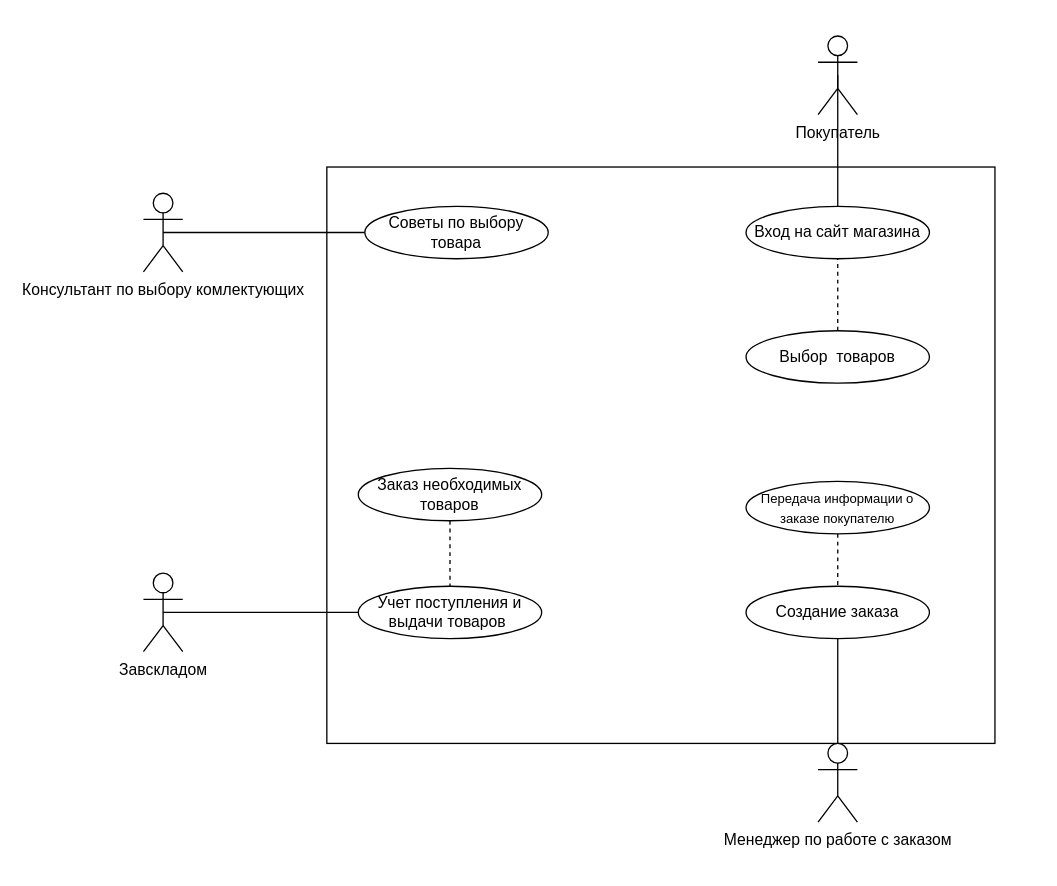
arn1ee/-1 keeps this draw.io diagram as лаб 1.drawio. Above is the earlier version. Source tidied: cells renumbered, new cells numbered last; positions are measured from the earlier drawing's top-left corner, leaving out a move shared by most shapes. Both pictures are drawn from the tidied source at 131%, with x=0, y=0 at pixel (143, 35).
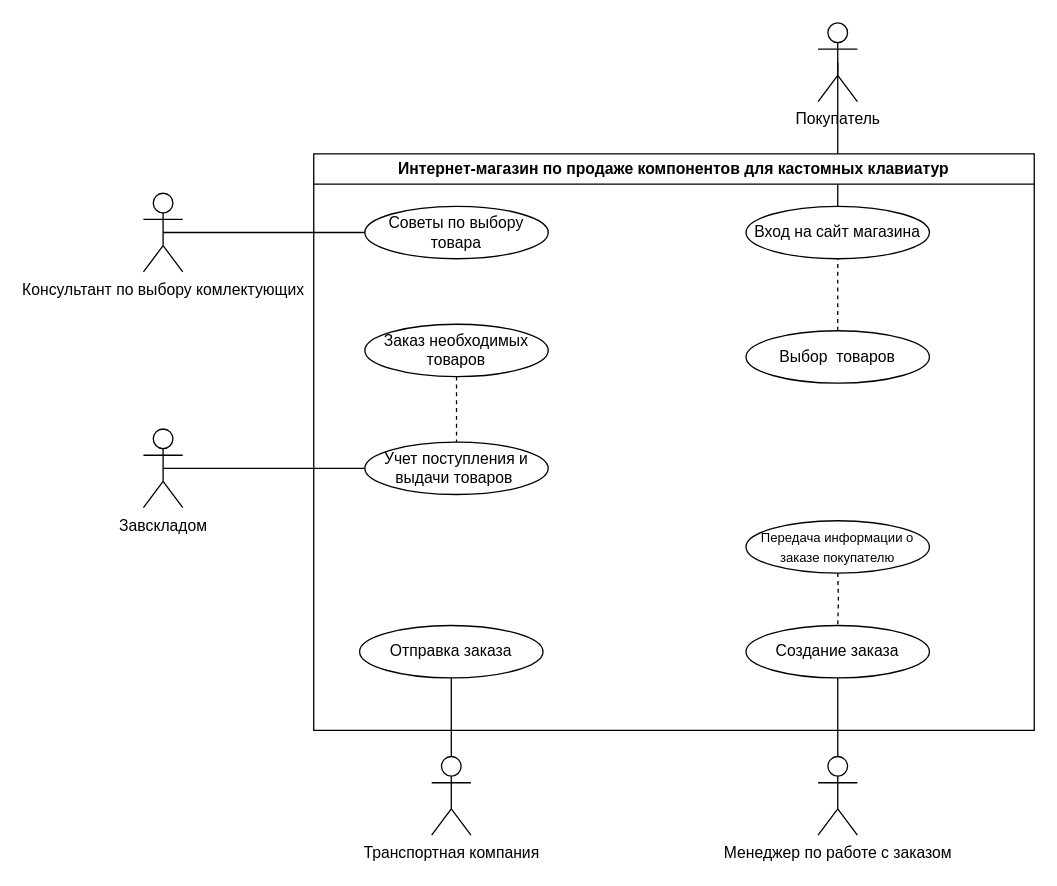
The same diagram, later.

What changed in the source:
```diff
@@
-    <mxCell id="2" style="rounded=0;whiteSpace=wrap;html=1;fillStyle=zigzag-line;fillColor=none;" parent="1" vertex="1">
-      <mxGeometry x="140" y="100" width="510" height="440" as="geometry" />
-    </mxCell>
@@
     <mxCell id="5" value="Покупатель" style="shape=umlActor;verticalLabelPosition=bottom;verticalAlign=top;html=1;" parent="1" vertex="1">
-      <mxGeometry x="515" width="30" height="60" as="geometry" />
+      <mxGeometry x="515" y="-10" width="30" height="60" as="geometry" />
     </mxCell>
@@
     <mxCell id="11" value="Завскладом" style="shape=umlActor;verticalLabelPosition=bottom;verticalAlign=top;html=1;" parent="1" vertex="1">
-      <mxGeometry y="410" width="30" height="60" as="geometry" />
+      <mxGeometry y="300" width="30" height="60" as="geometry" />
     </mxCell>
@@
     <mxCell id="13" value="Учет поступления и выдачи товаров&amp;nbsp;" style="ellipse;whiteSpace=wrap;html=1;" parent="1" vertex="1">
-      <mxGeometry x="164" y="420" width="140" height="40" as="geometry" />
+      <mxGeometry x="169" y="310" width="140" height="40" as="geometry" />
     </mxCell>
     <mxCell id="14" value="Менеджер по работе с заказом" style="shape=umlActor;verticalLabelPosition=bottom;verticalAlign=top;html=1;" parent="1" vertex="1">
-      <mxGeometry x="515" y="540" width="30" height="60" as="geometry" />
+      <mxGeometry x="515" y="550" width="30" height="60" as="geometry" />
     </mxCell>
@@
     <mxCell id="16" value="Создание заказа" style="ellipse;whiteSpace=wrap;html=1;" parent="1" vertex="1">
-      <mxGeometry x="460" y="420" width="140" height="40" as="geometry" />
+      <mxGeometry x="460" y="450" width="140" height="40" as="geometry" />
     </mxCell>
-    <mxCell id="17" style="edgeStyle=orthogonalEdgeStyle;rounded=0;jettySize=auto;html=1;exitX=0.5;exitY=1;exitDx=0;exitDy=0;entryX=0.5;entryY=0;entryDx=0;entryDy=0;fontSize=10;endArrow=none;endFill=0;dashed=1;" parent="1" edge="1" source="18" target="16">
-      <mxGeometry relative="1" as="geometry" />
+    <mxCell id="17" style="edgeStyle=orthogonalEdgeStyle;rounded=0;jettySize=auto;html=1;exitX=0.5;exitY=1;exitDx=0;exitDy=0;entryX=0.5;entryY=0;entryDx=0;entryDy=0;fontSize=10;endArrow=none;endFill=0;dashed=1;startArrow=none;" parent="1" edge="1" target="16">
+      <mxGeometry relative="1" as="geometry">
+        <mxPoint x="530" y="410" as="sourcePoint" />
+      </mxGeometry>
     </mxCell>
-    <mxCell id="18" value="&lt;font style=&quot;font-size: 10px;&quot;&gt;Передача информации о заказе покупателю&lt;/font&gt;" style="ellipse;whiteSpace=wrap;html=1;" parent="1" vertex="1">
-      <mxGeometry x="460" y="340" width="140" height="40" as="geometry" />
-    </mxCell>
@@
     <mxCell id="20" value="&lt;font style=&quot;font-size: 12px;&quot;&gt;Заказ необходимых товаров&lt;/font&gt;" style="ellipse;whiteSpace=wrap;html=1;" parent="1" vertex="1">
-      <mxGeometry x="164" y="330" width="140" height="40" as="geometry" />
+      <mxGeometry x="169" y="220" width="140" height="40" as="geometry" />
     </mxCell>
+    <mxCell id="21" style="edgeStyle=orthogonalEdgeStyle;rounded=0;jettySize=auto;html=1;exitX=0.5;exitY=0;exitDx=0;exitDy=0;exitPerimeter=0;entryX=0.5;entryY=1;entryDx=0;entryDy=0;endArrow=none;endFill=0;" parent="1" edge="1" source="22" target="24">
+      <mxGeometry relative="1" as="geometry" />
+    </mxCell>
+    <mxCell id="22" value="Транспортная компания" style="shape=umlActor;verticalLabelPosition=bottom;verticalAlign=top;html=1;" parent="1" vertex="1">
+      <mxGeometry x="220" y="550" width="30" height="60" as="geometry" />
+    </mxCell>
+    <mxCell id="23" value="Интернет-магазин по продаже компонентов для кастомных клавиатур" style="swimlane;whiteSpace=wrap;html=1;" parent="1" vertex="1">
+      <mxGeometry x="130" y="90" width="550" height="440" as="geometry" />
+    </mxCell>
+    <mxCell id="18" value="&lt;font style=&quot;font-size: 10px;&quot;&gt;Передача информации о заказе покупателю&lt;/font&gt;" style="ellipse;whiteSpace=wrap;html=1;" parent="23" vertex="1">
+      <mxGeometry x="330" y="280" width="140" height="40" as="geometry" />
+    </mxCell>
+    <mxCell id="24" value="Отправка заказа" style="ellipse;whiteSpace=wrap;html=1;" parent="23" vertex="1">
+      <mxGeometry x="35" y="360" width="140" height="40" as="geometry" />
+    </mxCell>
```
